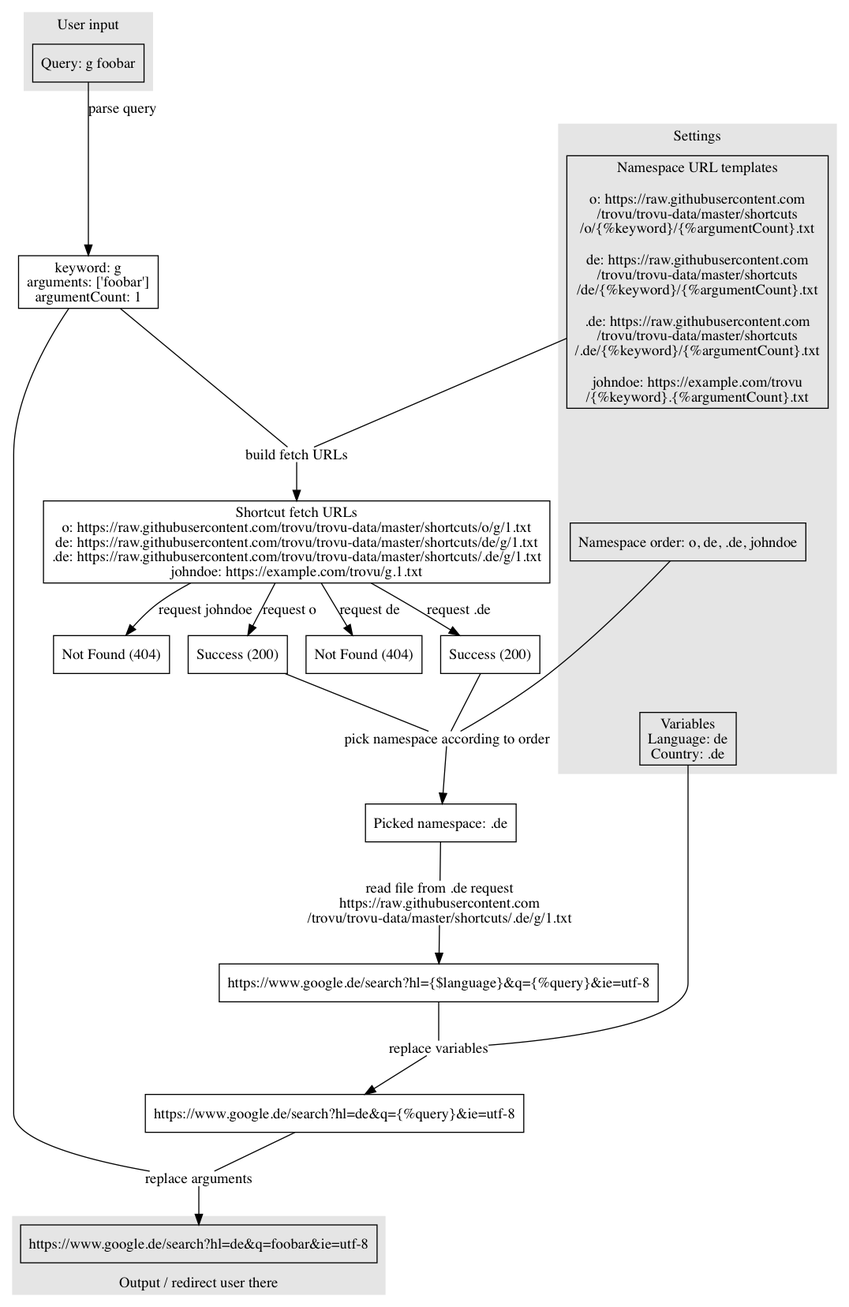
Before: img/process.png, a diagram exported from Graphviz (trovu/trovu.github.io). Its source is kept beside it as img/process.dot.
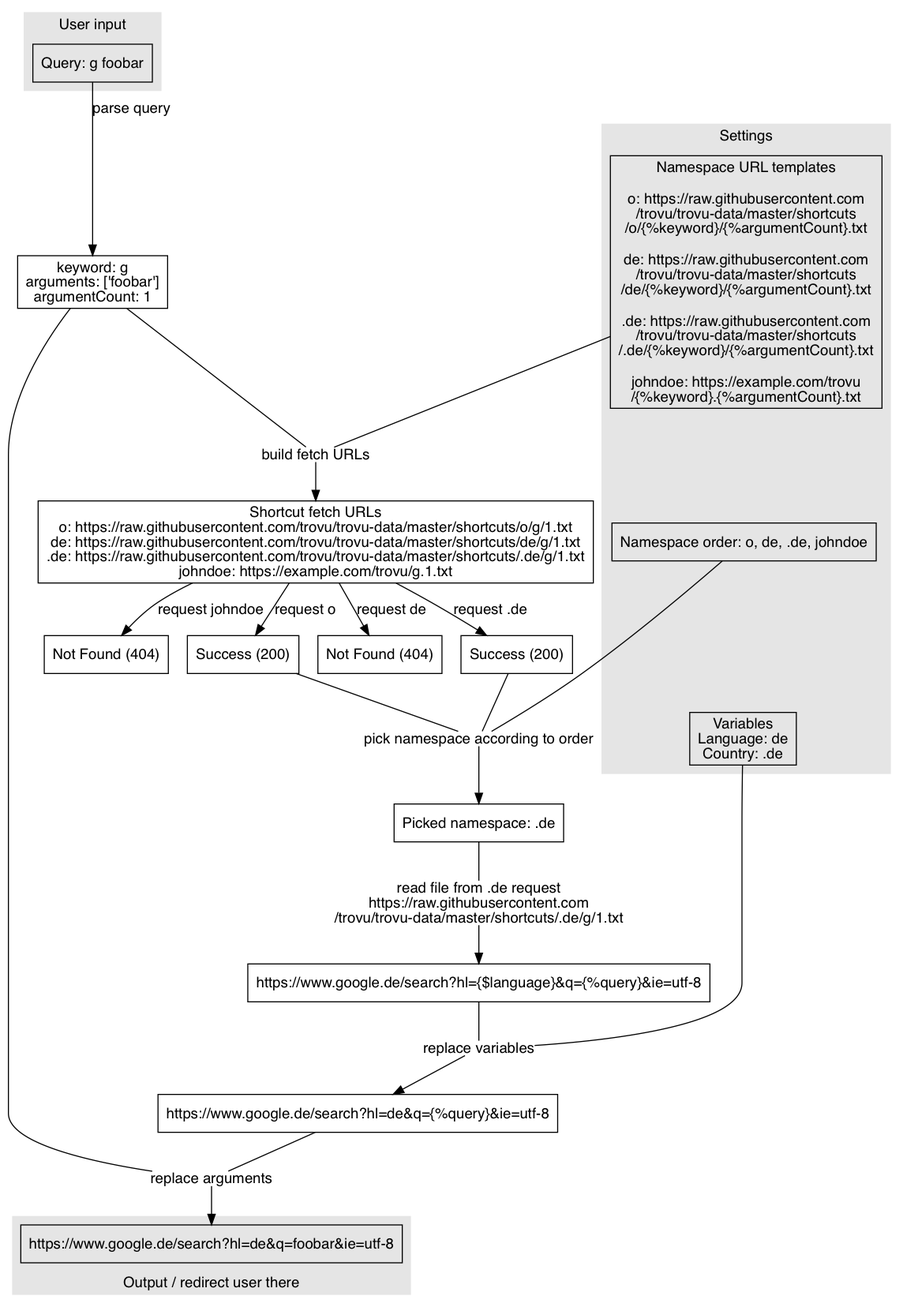
After the change.

Change to the diagram source:
```diff
@@ -1,6 +1,9 @@
 digraph {
 
   node [shape="rectangle"]
+  graph [fontname = "helvetica"];
+  node [fontname = "helvetica"];
+  edge [fontname = "helvetica"];
 
   subgraph cluster_input {
     label="User input";
```
